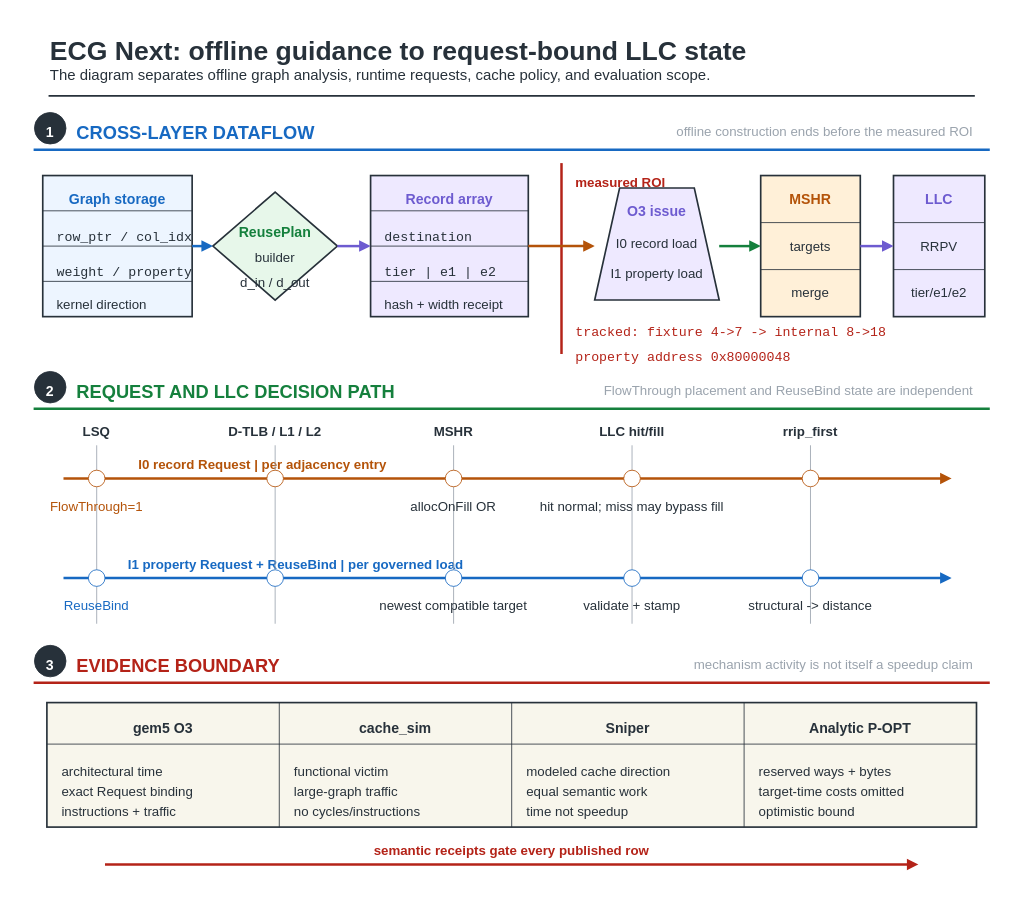
Above: fig/wiki_src/home/home-f01-system-overview.drawio in UVA-LavaLab/ECG_GrAPL (draw.io), before the change. Source tidied: cells renumbered, new cells numbered last; positions are measured from the earlier drawing's top-left corner, leaving out a move shared by most shapes. Both pictures are drawn from the tidied source at 83%, with x=0, y=0 at pixel (13, 13).
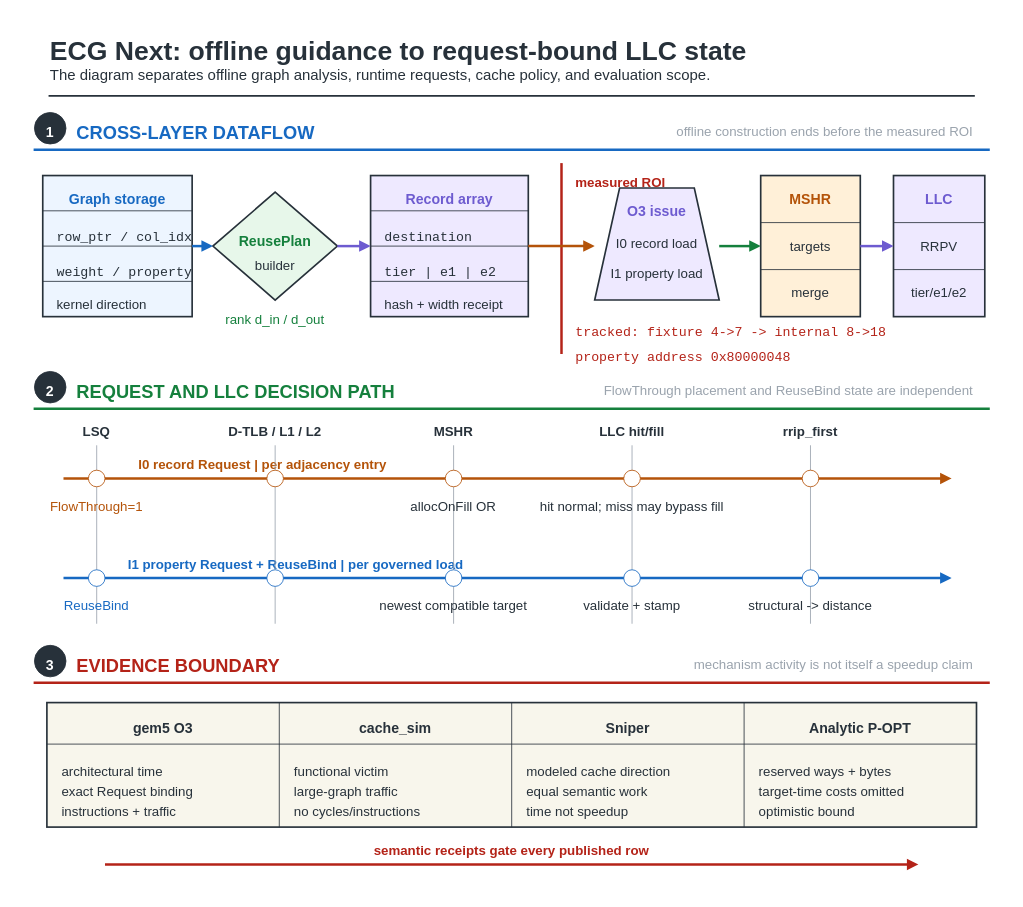
The same diagram, later.

What changed in the source:
```diff
@@
     <mxCell id="20" value="ReusePlan" style="text;html=0;strokeColor=none;fillColor=none;align=center;verticalAlign=middle;fontFamily=Helvetica;fontSize=17;fontColor=#15803D;fontStyle=1;" parent="1" vertex="1">
-      <mxGeometry x="271.4" y="250.4" width="87.2" height="23.8" as="geometry" />
+      <mxGeometry x="271.4" y="260.4" width="87.2" height="23.8" as="geometry" />
     </mxCell>
     <mxCell id="21" value="builder" style="text;html=0;strokeColor=none;fillColor=none;align=center;verticalAlign=middle;fontFamily=Helvetica;fontSize=16;fontColor=#27313A;fontStyle=0;" parent="1" vertex="1">
-      <mxGeometry x="285.3" y="281.2" width="59.4" height="22.4" as="geometry" />
+      <mxGeometry x="285.3" y="291.2" width="59.4" height="22.4" as="geometry" />
     </mxCell>
-    <mxCell id="22" value="d_in / d_out" style="text;html=0;strokeColor=none;fillColor=none;align=center;verticalAlign=middle;fontFamily=Helvetica;fontSize=16;fontColor=#27313A;fontStyle=0;" parent="1" vertex="1">
-      <mxGeometry x="264.1" y="311.2" width="101.8" height="22.4" as="geometry" />
+    <mxCell id="22" value="rank d_in / d_out" style="text;html=0;strokeColor=none;fillColor=none;align=center;verticalAlign=middle;fontFamily=Helvetica;fontSize=16;fontColor=#15803D;fontStyle=0;" parent="1" vertex="1">
+      <mxGeometry x="242.9" y="356.2" width="144.2" height="22.4" as="geometry" />
     </mxCell>
```
